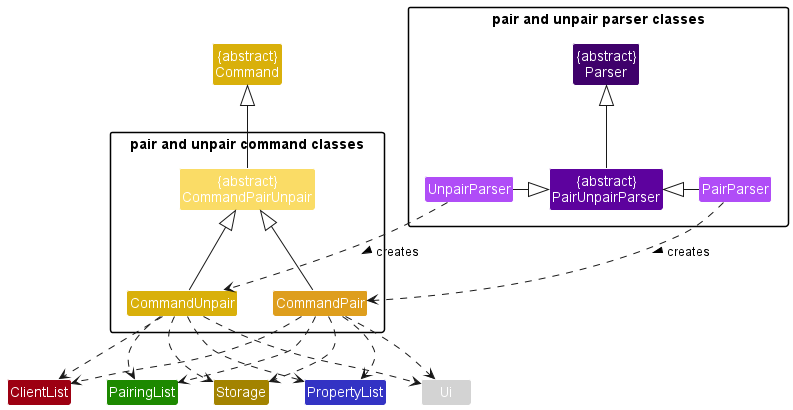
Earlier version of the PlantUML export docs/diagrams/PairingListCD.png (nus-cs2113-AY2223S1/tp). Its diagram source:
```plantuml
@startuml
!include style.puml

package "pair and unpair parser classes" {
    Class "{abstract}\nParser" as Parser PARSER_COLOR_T4
    Class "{abstract}\nPairUnpairParser" as PairUnpairParser PARSER_COLOR_T2
    Class PairParser PARSER_COLOR_T1
    Class UnpairParser PARSER_COLOR_T1
}

Class PairingList PAIRING_LIST_COLOR
Class ClientList CLIENT_LIST_COLOR
Class PropertyList PROPERTY_LIST_COLOR
Class Storage STORAGE_COLOR
Class Ui UI_COLOR

Class "{abstract}\nCommand" as Command COMMAND_COLOR_T2

package "pair and unpair command classes" {
    Class "{abstract}\nCommandPairUnpair" as CommandPairUnpair COMMAND_COLOR_T3
    Class CommandUnpair COMMAND_COLOR_T2
    Class CommandPair COMMAND_COLOR_T4
}

CommandPairUnpair -up-|> Command
CommandPair -up-|> CommandPairUnpair
CommandUnpair -up-|> CommandPairUnpair


PairUnpairParser -up-|> Parser
PairParser -left-|> PairUnpairParser
UnpairParser -right-|> PairUnpairParser

PairParser .down.> CommandPair : creates >
UnpairParser .down.> CommandUnpair : creates >

CommandPair ..> ClientList
CommandPair ..> PropertyList
CommandPair ..> PairingList
CommandPair ..> Storage
CommandPair ..> Ui

CommandUnpair ..> ClientList
CommandUnpair ..> PropertyList
CommandUnpair ..> PairingList
CommandUnpair ..> Storage
CommandUnpair ..> Ui


@enduml
```
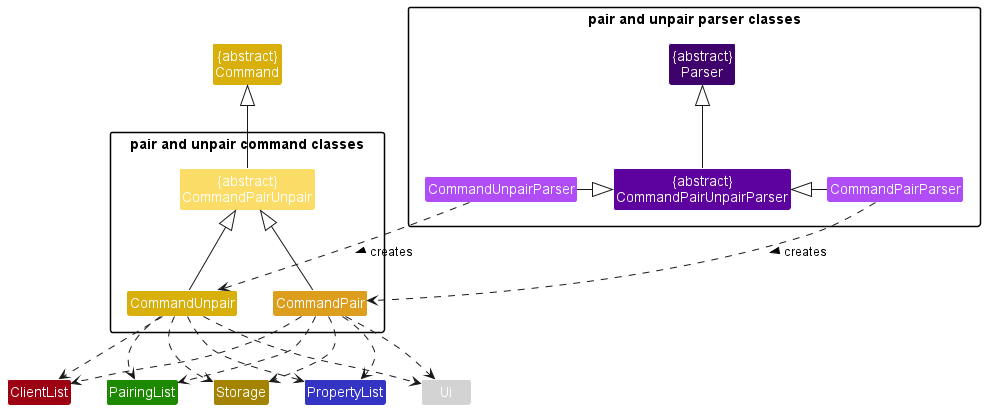
Later version of the same file.

Commit message:
Update DG UML diagrams to reflect refactoring

What changed in the source:
```diff
@@ -3,9 +3,9 @@
 
 package "pair and unpair parser classes" {
     Class "{abstract}\nParser" as Parser PARSER_COLOR_T4
-    Class "{abstract}\nPairUnpairParser" as PairUnpairParser PARSER_COLOR_T2
-    Class PairParser PARSER_COLOR_T1
-    Class UnpairParser PARSER_COLOR_T1
+    Class "{abstract}\nCommandPairUnpairParser" as CommandPairUnpairParser PARSER_COLOR_T2
+    Class CommandPairParser PARSER_COLOR_T1
+    Class CommandUnpairParser PARSER_COLOR_T1
 }
 
 Class PairingList PAIRING_LIST_COLOR
@@ -27,12 +27,12 @@
 CommandUnpair -up-|> CommandPairUnpair
 
 
-PairUnpairParser -up-|> Parser
-PairParser -left-|> PairUnpairParser
-UnpairParser -right-|> PairUnpairParser
+CommandPairUnpairParser -up-|> Parser
+CommandPairParser -left-|> CommandPairUnpairParser
+CommandUnpairParser -right-|> CommandPairUnpairParser
 
-PairParser .down.> CommandPair : creates >
-UnpairParser .down.> CommandUnpair : creates >
+CommandPairParser .down.> CommandPair : creates >
+CommandUnpairParser .down.> CommandUnpair : creates >
 
 CommandPair ..> ClientList
 CommandPair ..> PropertyList
```
